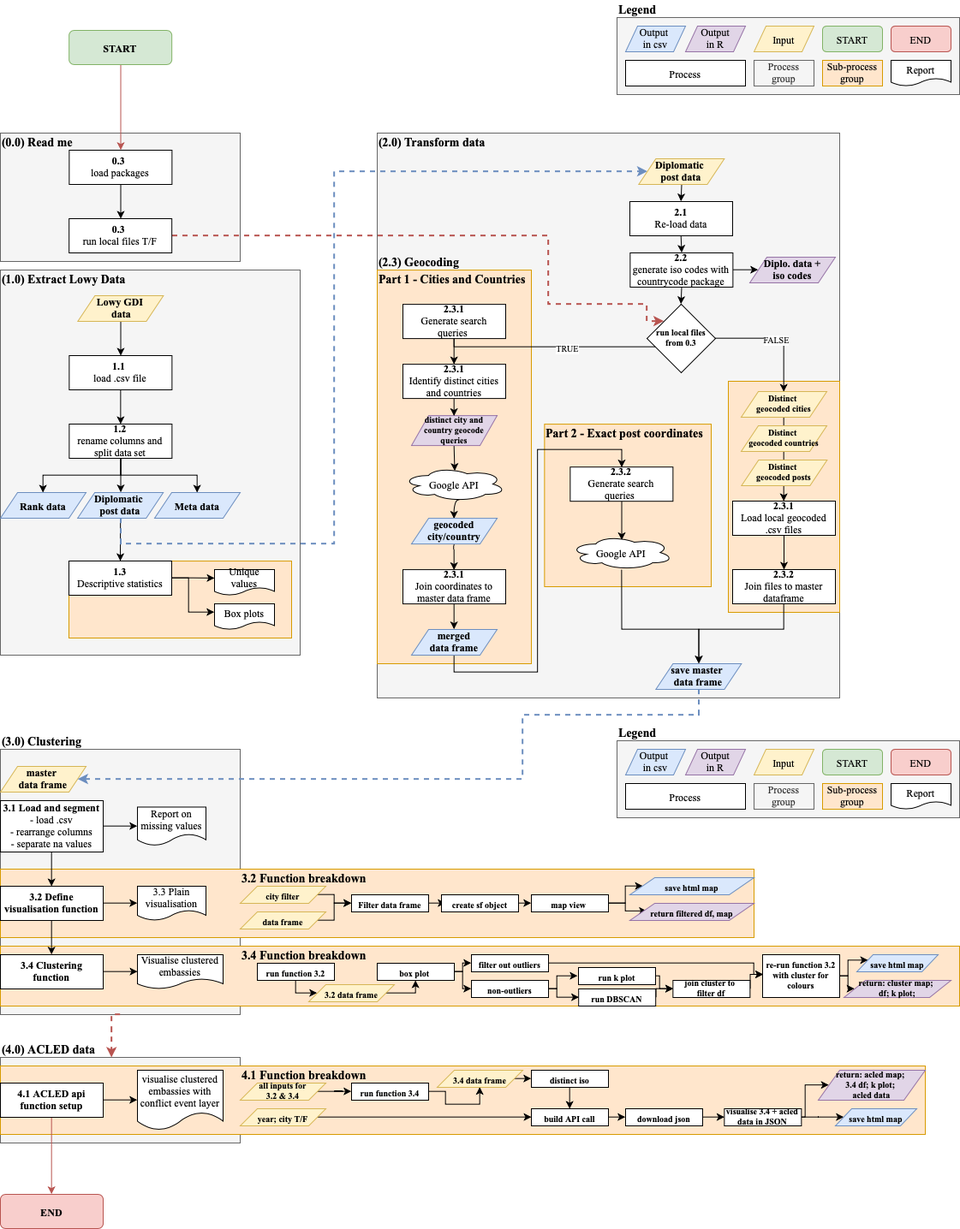
Earlier version of the draw.io export R_Notebook/Final/Images/CASA_GIS_diplomacy_detailed.png (antoniosfiala/Diplomacy_locations). Source tidied: cells renumbered, new cells last; positions are measured from the earlier drawing's top-left corner, leaving out a move shared by most shapes.
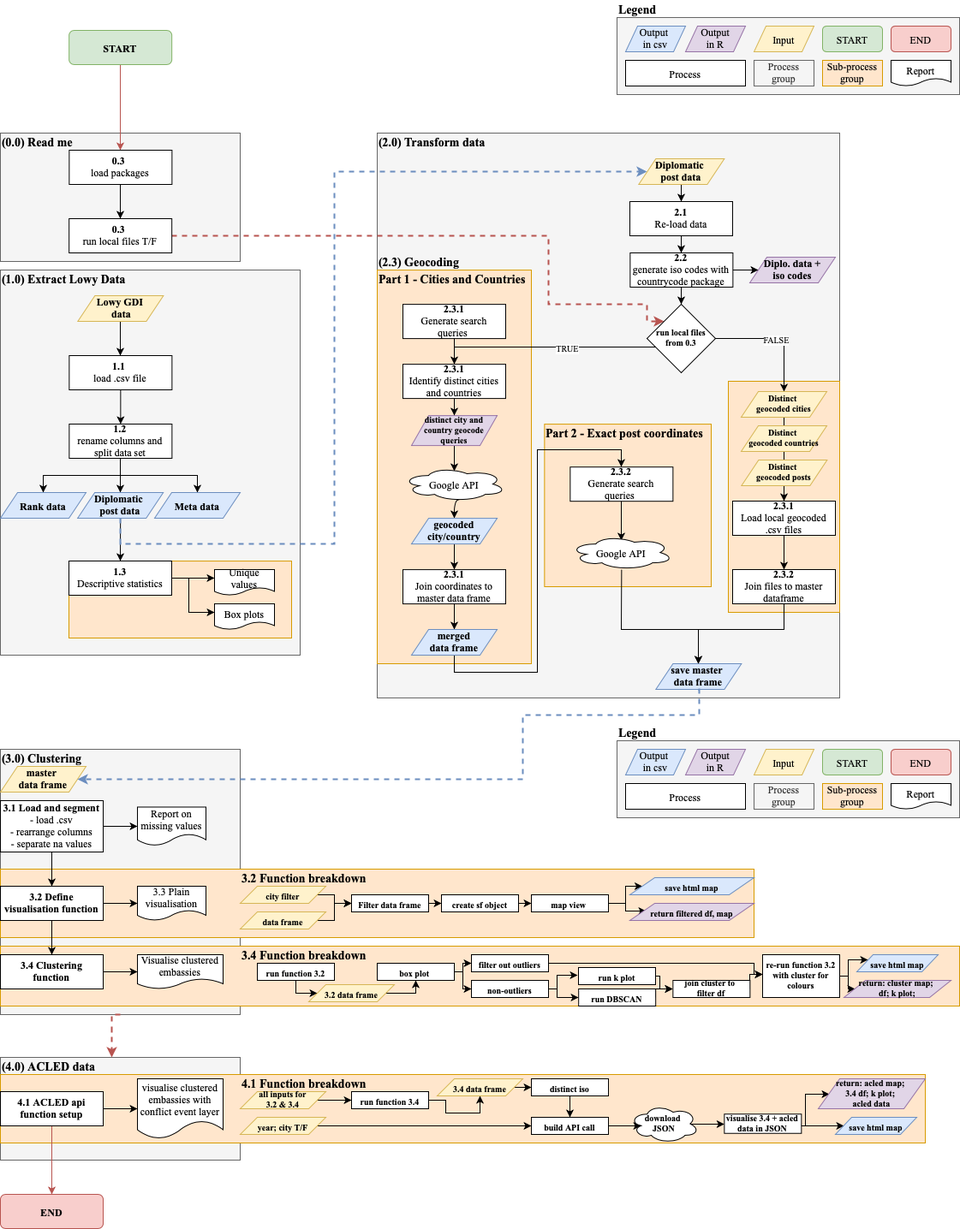
After the change.

The edit, as a diff of the source:
```diff
@@ -3,7 +3,7 @@
     <mxCell id="0" />
     <mxCell id="1" parent="0" />
     <mxCell id="2" style="rounded=0;whiteSpace=wrap;html=1;fontFamily=Times New Roman;fontSize=12;fillColor=#f5f5f5;strokeColor=#666666;fontColor=#333333;" parent="1" vertex="1">
-      <mxGeometry y="1235" width="280" height="100" as="geometry" />
+      <mxGeometry y="1235" width="280" height="120" as="geometry" />
     </mxCell>
     <mxCell id="3" style="rounded=0;whiteSpace=wrap;html=1;fontFamily=Times New Roman;fontSize=12;fillColor=#f5f5f5;strokeColor=#666666;fontColor=#333333;" parent="1" vertex="1">
       <mxGeometry y="875" width="280" height="310" as="geometry" />
@@ -12,7 +12,7 @@
       <mxGeometry y="1015" width="880" height="80" as="geometry" />
     </mxCell>
     <mxCell id="5" style="rounded=0;whiteSpace=wrap;html=1;fontFamily=Times New Roman;fontSize=12;fillColor=#ffe6cc;strokeColor=#d79b00;" parent="1" vertex="1">
-      <mxGeometry y="1245" width="1080" height="80" as="geometry" />
+      <mxGeometry y="1255" width="1080" height="80" as="geometry" />
     </mxCell>
     <mxCell id="6" style="rounded=0;whiteSpace=wrap;html=1;fontFamily=Times New Roman;fontSize=12;fillColor=#ffe6cc;strokeColor=#d79b00;" parent="1" vertex="1">
       <mxGeometry y="1105" width="1120" height="70" as="geometry" />
@@ -324,7 +324,7 @@
       <mxGeometry x="250" y="705" width="70" height="30" as="geometry" />
     </mxCell>
     <mxCell id="93" value="&lt;b style=&quot;font-size: 14px&quot;&gt;&lt;font style=&quot;font-size: 14px&quot;&gt;(3.0) Clustering&lt;br&gt;&lt;/font&gt;&lt;/b&gt;" style="text;html=1;align=left;verticalAlign=middle;fontSize=14;fontFamily=Times New Roman;" parent="1" vertex="1">
-      <mxGeometry y="855" width="140" height="20" as="geometry" />
+      <mxGeometry y="875" width="140" height="20" as="geometry" />
     </mxCell>
     <mxCell id="94" value="&lt;b&gt;master &lt;br&gt;data frame&lt;br&gt;&lt;/b&gt;" style="shape=parallelogram;perimeter=parallelogramPerimeter;whiteSpace=wrap;html=1;fontFamily=Times New Roman;fontSize=12;fillColor=#fff2cc;strokeColor=#d6b656;" parent="1" vertex="1">
       <mxGeometry y="895" width="100" height="30" as="geometry" />
@@ -363,7 +363,7 @@
       <mxGeometry x="160" y="1115" width="100" height="40" as="geometry" />
     </mxCell>
     <mxCell id="106" value="&lt;b style=&quot;font-size: 14px&quot;&gt;&lt;font style=&quot;font-size: 14px&quot;&gt;(4.0) ACLED data&lt;br&gt;&lt;/font&gt;&lt;/b&gt;" style="text;html=1;align=left;verticalAlign=middle;fontSize=14;fontFamily=Times New Roman;" parent="1" vertex="1">
-      <mxGeometry y="1215" width="160" height="20" as="geometry" />
+      <mxGeometry y="1235" width="160" height="20" as="geometry" />
     </mxCell>
     <mxCell id="107" style="edgeStyle=orthogonalEdgeStyle;rounded=0;jettySize=auto;html=1;exitX=1;exitY=0.5;exitDx=0;exitDy=0;entryX=0;entryY=0.5;entryDx=0;entryDy=0;strokeWidth=1;fontFamily=Times New Roman;fontSize=10;" parent="1" edge="1" source="109" target="111">
       <mxGeometry relative="1" as="geometry" />
@@ -372,7 +372,7 @@
       <mxGeometry relative="1" as="geometry" />
     </mxCell>
     <mxCell id="109" value="&lt;b&gt;4.1 ACLED api function&amp;nbsp;setup&lt;/b&gt;" style="rounded=0;whiteSpace=wrap;html=1;fontFamily=Times New Roman;fontSize=12;" parent="1" vertex="1">
-      <mxGeometry y="1265" width="120" height="40" as="geometry" />
+      <mxGeometry y="1275" width="120" height="40" as="geometry" />
     </mxCell>
     <mxCell id="110" style="edgeStyle=orthogonalEdgeStyle;rounded=0;jettySize=auto;html=1;exitX=0.5;exitY=1;exitDx=0;exitDy=0;fontFamily=Times New Roman;fontSize=10;fillColor=#f8cecc;strokeColor=#b85450;dashed=1;strokeWidth=2;" parent="1" edge="1" source="3" target="2">
       <mxGeometry relative="1" as="geometry">
@@ -383,7 +383,7 @@
       </mxGeometry>
     </mxCell>
     <mxCell id="111" value="visualise clustered embassies with conflict event layer" style="shape=document;whiteSpace=wrap;html=1;boundedLbl=1;fontFamily=Times New Roman;fontSize=12;align=center;" parent="1" vertex="1">
-      <mxGeometry x="160" y="1250" width="100" height="70" as="geometry" />
+      <mxGeometry x="160" y="1260" width="100" height="70" as="geometry" />
     </mxCell>
     <mxCell id="112" value="&lt;b style=&quot;font-size: 14px&quot;&gt;&lt;font style=&quot;font-size: 14px&quot;&gt;3.2 Function breakdown&lt;br&gt;&lt;/font&gt;&lt;/b&gt;" style="text;html=1;align=left;verticalAlign=middle;fontSize=14;fontFamily=Times New Roman;" parent="1" vertex="1">
       <mxGeometry x="280" y="1015" width="200" height="20" as="geometry" />
@@ -392,7 +392,7 @@
       <mxGeometry x="280" y="1105" width="200" height="20" as="geometry" />
     </mxCell>
     <mxCell id="114" value="&lt;b style=&quot;font-size: 14px&quot;&gt;&lt;font style=&quot;font-size: 14px&quot;&gt;4.1 Function breakdown&lt;br&gt;&lt;/font&gt;&lt;/b&gt;" style="text;html=1;align=left;verticalAlign=middle;fontSize=14;fontFamily=Times New Roman;" parent="1" vertex="1">
-      <mxGeometry x="280" y="1245" width="200" height="20" as="geometry" />
+      <mxGeometry x="280" y="1255" width="200" height="20" as="geometry" />
     </mxCell>
     <mxCell id="115" style="edgeStyle=orthogonalEdgeStyle;rounded=0;jettySize=auto;html=1;exitX=0.5;exitY=1;exitDx=0;exitDy=0;fontFamily=Times New Roman;fontSize=10;fillColor=#dae8fc;strokeColor=#6c8ebf;dashed=1;strokeWidth=2;" parent="1" edge="1" source="70" target="94">
       <mxGeometry relative="1" as="geometry">
@@ -581,63 +581,64 @@
       <mxGeometry relative="1" as="geometry" />
     </mxCell>
     <mxCell id="153" value="&lt;b style=&quot;font-size: 10px&quot;&gt;all inputs for&lt;br&gt;3.2 &amp;amp; 3.4&lt;br style=&quot;font-size: 10px&quot;&gt;&lt;/b&gt;" style="shape=parallelogram;perimeter=parallelogramPerimeter;whiteSpace=wrap;html=1;fontFamily=Times New Roman;fontSize=10;fillColor=#fff2cc;strokeColor=#d6b656;" parent="1" vertex="1">
-      <mxGeometry x="280" y="1265" width="100" height="20" as="geometry" />
+      <mxGeometry x="280" y="1275" width="100" height="20" as="geometry" />
     </mxCell>
     <mxCell id="154" style="edgeStyle=orthogonalEdgeStyle;rounded=0;jettySize=auto;html=1;exitX=1;exitY=0.5;exitDx=0;exitDy=0;strokeWidth=1;fontFamily=Times New Roman;fontSize=10;" parent="1" edge="1" source="155" target="161">
       <mxGeometry relative="1" as="geometry" />
     </mxCell>
     <mxCell id="155" value="&lt;b style=&quot;font-size: 10px&quot;&gt;year; city T/F&lt;br style=&quot;font-size: 10px&quot;&gt;&lt;/b&gt;" style="shape=parallelogram;perimeter=parallelogramPerimeter;whiteSpace=wrap;html=1;fontFamily=Times New Roman;fontSize=10;fillColor=#fff2cc;strokeColor=#d6b656;" parent="1" vertex="1">
-      <mxGeometry x="280" y="1295" width="100" height="20" as="geometry" />
+      <mxGeometry x="280" y="1305" width="100" height="20" as="geometry" />
     </mxCell>
     <mxCell id="156" style="edgeStyle=orthogonalEdgeStyle;rounded=0;jettySize=auto;html=1;exitX=1;exitY=0.5;exitDx=0;exitDy=0;entryX=0.5;entryY=1;entryDx=0;entryDy=0;strokeWidth=1;fontFamily=Times New Roman;fontSize=10;" parent="1" edge="1" source="157" target="159">
       <mxGeometry relative="1" as="geometry" />
     </mxCell>
     <mxCell id="157" value="&lt;b&gt;run function 3.4&lt;/b&gt;" style="rounded=0;whiteSpace=wrap;html=1;fontFamily=Times New Roman;fontSize=10;" parent="1" vertex="1">
-      <mxGeometry x="410" y="1265" width="90" height="20" as="geometry" />
+      <mxGeometry x="410" y="1275" width="90" height="20" as="geometry" />
     </mxCell>
     <mxCell id="158" style="edgeStyle=orthogonalEdgeStyle;rounded=0;jettySize=auto;html=1;exitX=1;exitY=0.5;exitDx=0;exitDy=0;entryX=0;entryY=0.5;entryDx=0;entryDy=0;strokeWidth=1;fontFamily=Times New Roman;fontSize=10;" parent="1" edge="1" source="159" target="163">
       <mxGeometry relative="1" as="geometry" />
     </mxCell>
     <mxCell id="159" value="&lt;b style=&quot;font-size: 10px&quot;&gt;3.4 data frame&lt;/b&gt;&lt;b style=&quot;font-size: 10px&quot;&gt;&lt;br style=&quot;font-size: 10px&quot;&gt;&lt;/b&gt;" style="shape=parallelogram;perimeter=parallelogramPerimeter;whiteSpace=wrap;html=1;fontFamily=Times New Roman;fontSize=10;fillColor=#fff2cc;strokeColor=#d6b656;" parent="1" vertex="1">
-      <mxGeometry x="510" y="1250" width="100" height="20" as="geometry" />
+      <mxGeometry x="510" y="1260" width="100" height="20" as="geometry" />
     </mxCell>
-    <mxCell id="160" style="edgeStyle=orthogonalEdgeStyle;rounded=0;jettySize=auto;html=1;exitX=1;exitY=0.5;exitDx=0;exitDy=0;entryX=0;entryY=0.5;entryDx=0;entryDy=0;strokeWidth=1;fontFamily=Times New Roman;fontSize=10;" parent="1" edge="1" source="161" target="165">
+    <mxCell id="160" style="edgeStyle=orthogonalEdgeStyle;rounded=0;jettySize=auto;html=1;exitX=1;exitY=0.5;exitDx=0;exitDy=0;entryX=0.16;entryY=0.55;entryDx=0;entryDy=0;strokeWidth=1;fontFamily=Times New Roman;fontSize=10;entryPerimeter=0;" parent="1" edge="1" source="161" target="183">
       <mxGeometry relative="1" as="geometry" />
     </mxCell>
     <mxCell id="161" value="&lt;b&gt;build API call&lt;/b&gt;" style="rounded=0;whiteSpace=wrap;html=1;fontFamily=Times New Roman;fontSize=10;" parent="1" vertex="1">
-      <mxGeometry x="620" y="1295" width="90" height="20" as="geometry" />
+      <mxGeometry x="620" y="1305" width="90" height="20" as="geometry" />
     </mxCell>
     <mxCell id="162" style="edgeStyle=orthogonalEdgeStyle;rounded=0;jettySize=auto;html=1;exitX=0.5;exitY=1;exitDx=0;exitDy=0;strokeWidth=1;fontFamily=Times New Roman;fontSize=10;" parent="1" edge="1" source="163" target="161">
       <mxGeometry relative="1" as="geometry" />
     </mxCell>
     <mxCell id="163" value="&lt;b&gt;distinct iso&lt;/b&gt;" style="rounded=0;whiteSpace=wrap;html=1;fontFamily=Times New Roman;fontSize=10;" parent="1" vertex="1">
-      <mxGeometry x="620" y="1250" width="90" height="20" as="geometry" />
+      <mxGeometry x="620" y="1260" width="90" height="20" as="geometry" />
     </mxCell>
-    <mxCell id="164" style="edgeStyle=orthogonalEdgeStyle;rounded=0;jettySize=auto;html=1;exitX=1;exitY=0.5;exitDx=0;exitDy=0;strokeWidth=1;fontFamily=Times New Roman;fontSize=10;" parent="1" edge="1" source="165" target="168">
+    <mxCell id="164" style="edgeStyle=orthogonalEdgeStyle;rounded=0;jettySize=auto;html=1;exitX=0.875;exitY=0.5;exitDx=0;exitDy=0;strokeWidth=1;fontFamily=Times New Roman;fontSize=10;exitPerimeter=0;" parent="1" edge="1" source="183" target="168">
       <mxGeometry relative="1" as="geometry" />
     </mxCell>
-    <mxCell id="165" value="&lt;b&gt;download json&lt;/b&gt;" style="rounded=0;whiteSpace=wrap;html=1;fontFamily=Times New Roman;fontSize=10;" parent="1" vertex="1">
-      <mxGeometry x="730" y="1295" width="90" height="20" as="geometry" />
-    </mxCell>
     <mxCell id="166" style="edgeStyle=orthogonalEdgeStyle;rounded=0;jettySize=auto;html=1;exitX=1;exitY=0.5;exitDx=0;exitDy=0;entryX=0;entryY=0.5;entryDx=0;entryDy=0;strokeWidth=1;fontFamily=Times New Roman;fontSize=10;" parent="1" edge="1" source="168" target="170">
-      <mxGeometry relative="1" as="geometry" />
+      <mxGeometry relative="1" as="geometry">
+        <Array as="points">
+          <mxPoint x="935" y="1315" />
+        </Array>
+      </mxGeometry>
     </mxCell>
     <mxCell id="167" style="edgeStyle=orthogonalEdgeStyle;rounded=0;jettySize=auto;html=1;exitX=1;exitY=0.5;exitDx=0;exitDy=0;entryX=0;entryY=0.5;entryDx=0;entryDy=0;strokeWidth=1;fontFamily=Times New Roman;fontSize=10;" parent="1" edge="1" source="168" target="169">
       <mxGeometry relative="1" as="geometry">
         <Array as="points">
-          <mxPoint x="940" y="1305" />
-          <mxPoint x="940" y="1268" />
+          <mxPoint x="940" y="1315" />
+          <mxPoint x="940" y="1278" />
         </Array>
       </mxGeometry>
     </mxCell>
-    <mxCell id="168" value="&lt;b&gt;visualise 3.4 +&amp;nbsp;acled data in JSON&lt;/b&gt;" style="rounded=0;whiteSpace=wrap;html=1;fontFamily=Times New Roman;fontSize=10;" parent="1" vertex="1">
-      <mxGeometry x="845.4" y="1295" width="90" height="20" as="geometry" />
+    <mxCell id="168" value="&lt;span&gt;visualise 3.4 +&amp;nbsp;acled data in JSON&lt;/span&gt;" style="rounded=0;whiteSpace=wrap;html=1;fontFamily=Times New Roman;fontSize=10;fontStyle=1;" parent="1" vertex="1">
+      <mxGeometry x="845.4" y="1301.2" width="90" height="22.5" as="geometry" />
     </mxCell>
     <mxCell id="169" value="&lt;b&gt;&lt;font size=&quot;1&quot;&gt;return:&amp;nbsp;acled map&lt;/font&gt;; &lt;br&gt;3.4 df; k plot;&amp;nbsp;&lt;br&gt;acled data&lt;br style=&quot;font-size: 10px&quot;&gt;&lt;/b&gt;" style="shape=parallelogram;perimeter=parallelogramPerimeter;whiteSpace=wrap;html=1;fontFamily=Times New Roman;fontSize=10;fillColor=#e1d5e7;strokeColor=#9673a6;" parent="1" vertex="1">
-      <mxGeometry x="955" y="1250" width="125" height="35" as="geometry" />
+      <mxGeometry x="955" y="1260" width="125" height="35" as="geometry" />
     </mxCell>
     <mxCell id="170" value="&lt;b style=&quot;font-size: 10px&quot;&gt;save html map&lt;br style=&quot;font-size: 10px&quot;&gt;&lt;/b&gt;" style="shape=parallelogram;perimeter=parallelogramPerimeter;whiteSpace=wrap;html=1;fontFamily=Times New Roman;fontSize=10;fillColor=#dae8fc;strokeColor=#6c8ebf;" parent="1" vertex="1">
-      <mxGeometry x="975" y="1295" width="95" height="20" as="geometry" />
+      <mxGeometry x="975" y="1305" width="95" height="20" as="geometry" />
     </mxCell>
     <mxCell id="171" style="rounded=0;whiteSpace=wrap;html=1;fontFamily=Times New Roman;fontSize=12;fillColor=#f5f5f5;strokeColor=#666666;fontColor=#333333;" parent="1" vertex="1">
       <mxGeometry x="720" y="865" width="400" height="90" as="geometry" />
@@ -675,5 +676,8 @@
     <mxCell id="182" value="&lt;b&gt;END&lt;/b&gt;" style="rounded=1;whiteSpace=wrap;html=1;fontFamily=Times New Roman;fontSize=12;fillColor=#f8cecc;strokeColor=#b85450;" parent="1" vertex="1">
       <mxGeometry y="1395" width="120" height="40" as="geometry" />
     </mxCell>
+    <mxCell id="183" value="download &lt;br&gt;JSON" style="ellipse;shape=cloud;whiteSpace=wrap;html=1;fontFamily=Times New Roman;fontSize=10;fontStyle=1;" parent="1" vertex="1">
+      <mxGeometry x="735.4" y="1290" width="80" height="45" as="geometry" />
+    </mxCell>
   </root>
 </mxGraphModel>
```
